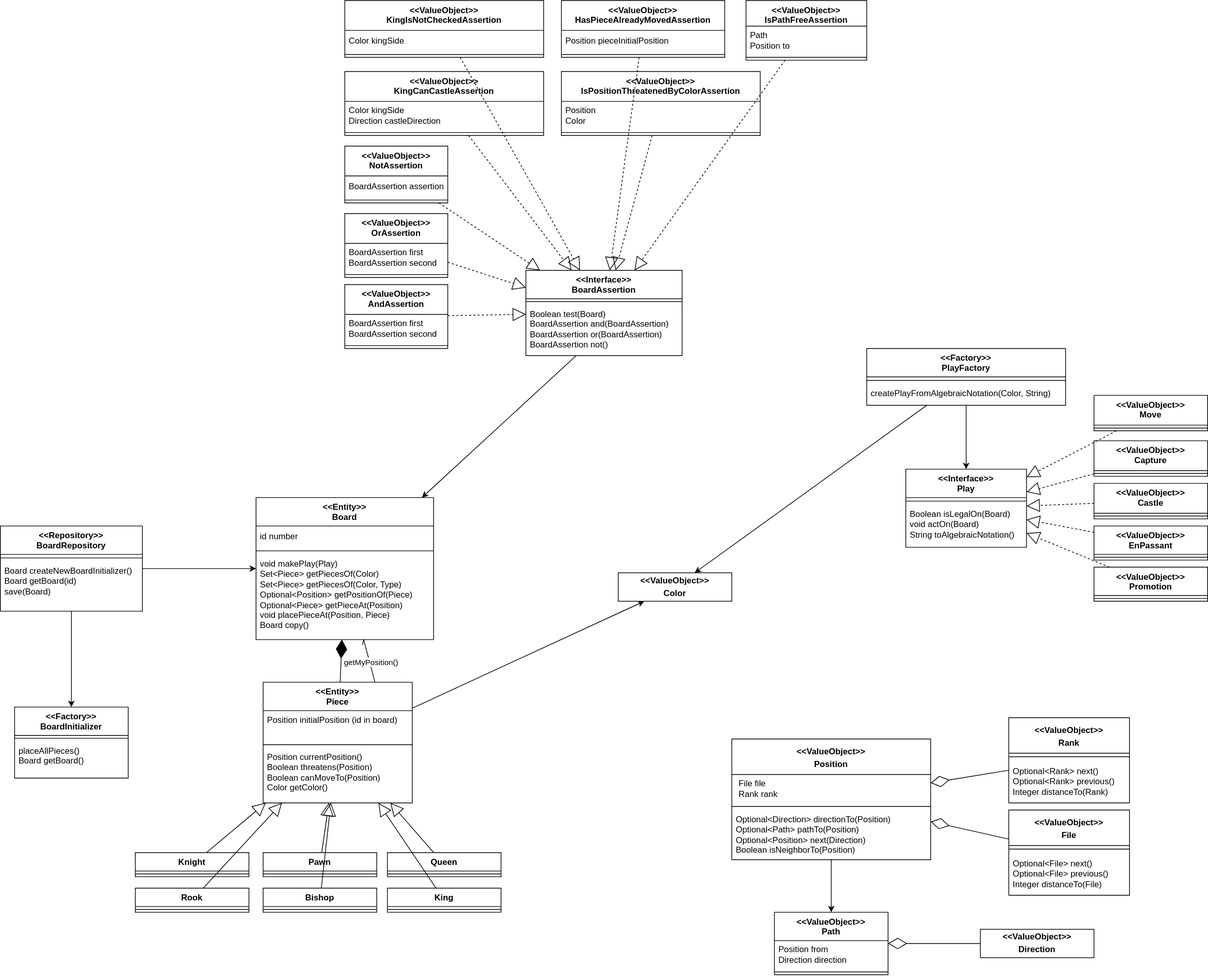
santunioni/Chessboard keeps this draw.io diagram as model.svg. Above is the earlier version. Source tidied: cells renumbered, new cells last; positions are measured from the earlier drawing's top-left corner, leaving out a move shared by most shapes.
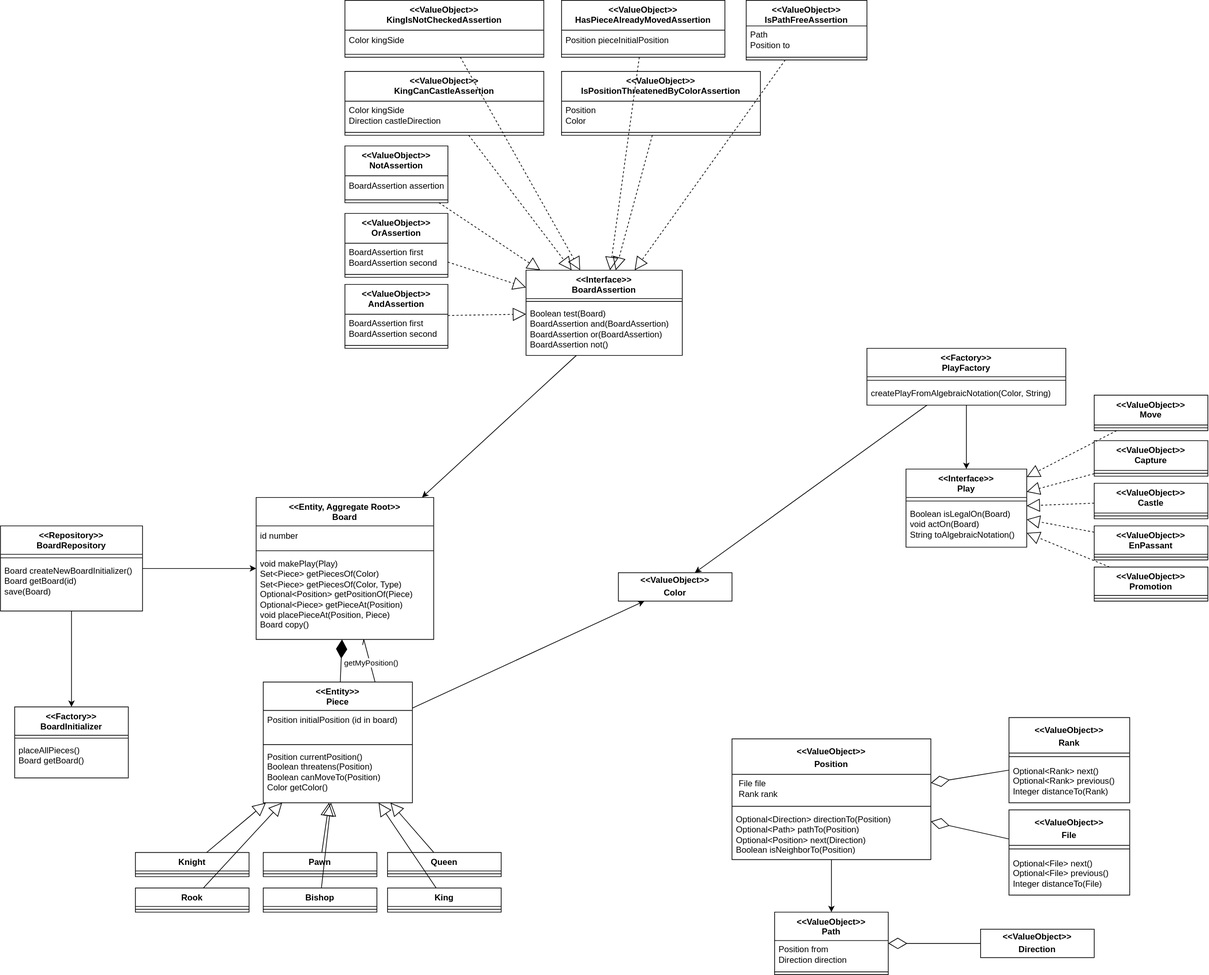
After the change.

The edit, as a diff of the source:
```diff
@@ -71,7 +71,7 @@
     <mxCell id="24" style="endArrow=block;endSize=16;endFill=0;html=1;rounded=0;" parent="1" edge="1" source="15" target="3">
       <mxGeometry relative="1" as="geometry" />
     </mxCell>
-    <mxCell id="25" value="&amp;lt;&amp;lt;Entity&amp;gt;&amp;gt;&lt;br&gt;Board" style="swimlane;fontStyle=1;align=center;verticalAlign=top;horizontal=1;startSize=40;whiteSpace=wrap;html=1;" parent="1" vertex="1">
+    <mxCell id="25" value="&amp;lt;&amp;lt;Entity, Aggregate Root&amp;gt;&amp;gt;&lt;br&gt;Board" style="swimlane;fontStyle=1;align=center;verticalAlign=top;horizontal=1;startSize=40;whiteSpace=wrap;html=1;" parent="1" vertex="1">
       <mxGeometry x="360" y="700" width="250" height="200" as="geometry" />
     </mxCell>
     <mxCell id="26" value="id number" style="text;html=1;align=left;verticalAlign=middle;strokeColor=none;fillColor=none;spacingLeft=4;" parent="25" vertex="1">
```
